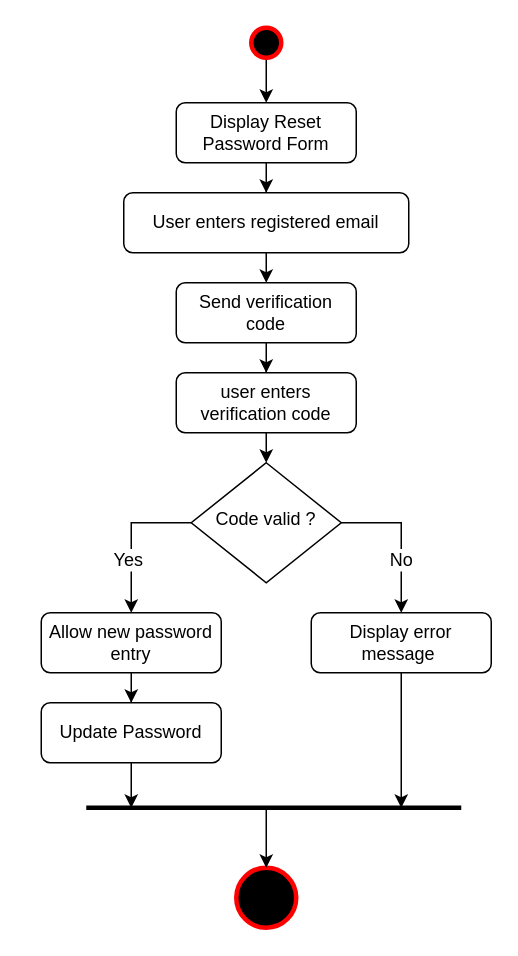
Above: page "Reset Password" (4 of 15) of Activity Diagram.drawio in shamim36/Final-Defence-Diagram (draw.io), before the change. Source tidied: cells renumbered, new cells numbered last; positions are measured from the earlier drawing's top-left corner, leaving out a move shared by most shapes. Both pictures are drawn from the tidied source at 150%, with x=0, y=0 at pixel (40, 27).
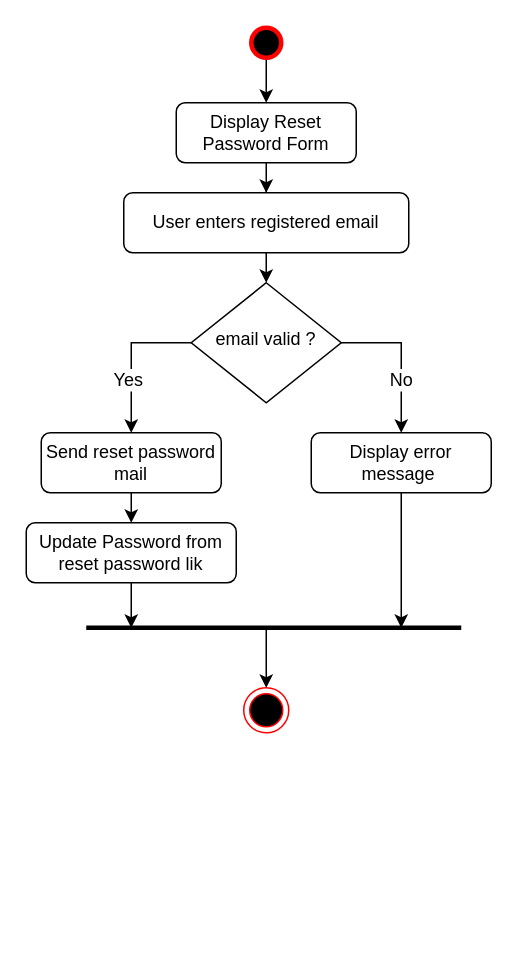
After the change.

Unchanged cells that the change refers to:
```xml
<mxCell id="10" value="User enters registered email" style="rounded=1;whiteSpace=wrap;html=1;fontSize=12;glass=0;strokeWidth=1;shadow=0;" parent="1" vertex="1">
  <mxGeometry x="55" y="110" width="190" height="40" as="geometry" />
</mxCell>
```

The edit, as a diff of the source:
```diff
@@
-    <mxCell id="8" value="Code valid ?" style="rhombus;whiteSpace=wrap;html=1;shadow=0;fontFamily=Helvetica;fontSize=12;align=center;strokeWidth=1;spacing=6;spacingTop=-4;" parent="1" vertex="1">
-      <mxGeometry x="100" y="290" width="100" height="80" as="geometry" />
+    <mxCell id="8" value="email valid ?" style="rhombus;whiteSpace=wrap;html=1;shadow=0;fontFamily=Helvetica;fontSize=12;align=center;strokeWidth=1;spacing=6;spacingTop=-4;" parent="1" vertex="1">
+      <mxGeometry x="100" y="170" width="100" height="80" as="geometry" />
     </mxCell>
-    <mxCell id="9" style="edgeStyle=orthogonalEdgeStyle;rounded=0;jettySize=auto;html=1;exitX=0.5;exitY=1;exitDx=0;exitDy=0;entryX=0.5;entryY=0;entryDx=0;entryDy=0;fontFamily=Helvetica;fontSize=12;fontColor=default;" parent="1" edge="1" source="10" target="12">
-      <mxGeometry relative="1" as="geometry" />
+    <mxCell id="9" style="edgeStyle=orthogonalEdgeStyle;rounded=0;jettySize=auto;html=1;exitX=0.5;exitY=1;exitDx=0;exitDy=0;entryX=0.5;entryY=0;entryDx=0;entryDy=0;fontFamily=Helvetica;fontSize=12;fontColor=default;" parent="1" edge="1" source="10">
+      <mxGeometry relative="1" as="geometry">
+        <mxPoint x="150" y="170" as="targetPoint" />
+      </mxGeometry>
     </mxCell>
@@
-    <mxCell id="11" style="edgeStyle=orthogonalEdgeStyle;rounded=0;jettySize=auto;html=1;exitX=0.5;exitY=1;exitDx=0;exitDy=0;fontFamily=Helvetica;fontSize=12;fontColor=default;" parent="1" edge="1" source="12" target="18">
-      <mxGeometry relative="1" as="geometry" />
-    </mxCell>
-    <mxCell id="12" value="Send verification code" style="rounded=1;whiteSpace=wrap;html=1;fontSize=12;glass=0;strokeWidth=1;shadow=0;" parent="1" vertex="1">
-      <mxGeometry x="90" y="170" width="120" height="40" as="geometry" />
-    </mxCell>
     <mxCell id="13" style="endArrow=none;html=1;rounded=0;strokeWidth=3;" parent="1" edge="1">
       <mxGeometry relative="1" as="geometry">
-        <mxPoint x="30" y="520" as="sourcePoint" />
-        <mxPoint x="280" y="520" as="targetPoint" />
+        <mxPoint x="30" y="400" as="sourcePoint" />
+        <mxPoint x="280" y="400" as="targetPoint" />
       </mxGeometry>
     </mxCell>
-    <mxCell id="14" style="strokeWidth=3;html=1;shape=mxgraph.flowchart.start_2;whiteSpace=wrap;sketch=0;fillStyle=solid;strokeColor=light-dark(#FF0000,#EDEDED);align=center;verticalAlign=middle;fontFamily=Helvetica;fontSize=12;fontColor=default;fillColor=#000000;" parent="1" vertex="1">
-      <mxGeometry x="130" y="560" width="40" height="40" as="geometry" />
-    </mxCell>
@@
-    <mxCell id="17" style="edgeStyle=orthogonalEdgeStyle;rounded=0;jettySize=auto;html=1;exitX=0.5;exitY=1;exitDx=0;exitDy=0;entryX=0.5;entryY=0;entryDx=0;entryDy=0;fontFamily=Helvetica;fontSize=12;fontColor=default;" parent="1" edge="1" source="18" target="8">
-      <mxGeometry relative="1" as="geometry" />
-    </mxCell>
-    <mxCell id="18" value="user enters verification code" style="rounded=1;whiteSpace=wrap;html=1;fontSize=12;glass=0;strokeWidth=1;shadow=0;" parent="1" vertex="1">
-      <mxGeometry x="90" y="230" width="120" height="40" as="geometry" />
-    </mxCell>
     <mxCell id="19" style="edgeStyle=orthogonalEdgeStyle;rounded=0;jettySize=auto;html=1;exitX=0.5;exitY=1;exitDx=0;exitDy=0;fontFamily=Helvetica;fontSize=12;fontColor=default;" parent="1" edge="1" source="20">
       <mxGeometry relative="1" as="geometry">
-        <mxPoint x="240" y="520" as="targetPoint" />
+        <mxPoint x="240" y="400" as="targetPoint" />
       </mxGeometry>
     </mxCell>
     <mxCell id="20" value="Display error message&amp;nbsp;" style="rounded=1;whiteSpace=wrap;html=1;fontSize=12;glass=0;strokeWidth=1;shadow=0;" parent="1" vertex="1">
-      <mxGeometry x="180" y="390" width="120" height="40" as="geometry" />
+      <mxGeometry x="180" y="270" width="120" height="40" as="geometry" />
     </mxCell>
-    <mxCell id="21" style="edgeStyle=orthogonalEdgeStyle;rounded=0;jettySize=auto;html=1;exitX=0.5;exitY=1;exitDx=0;exitDy=0;fontFamily=Helvetica;fontSize=12;fontColor=default;" parent="1" edge="1" source="22" target="24">
+    <mxCell id="21" style="edgeStyle=orthogonalEdgeStyle;rounded=0;jettySize=auto;html=1;exitX=0.5;exitY=1;exitDx=0;exitDy=0;entryX=0.5;entryY=0;entryDx=0;entryDy=0;" parent="1" edge="1" source="22" target="24">
       <mxGeometry relative="1" as="geometry" />
     </mxCell>
-    <mxCell id="22" value="Allow new password entry" style="rounded=1;whiteSpace=wrap;html=1;fontSize=12;glass=0;strokeWidth=1;shadow=0;" parent="1" vertex="1">
-      <mxGeometry y="390" width="120" height="40" as="geometry" />
+    <mxCell id="22" value="Send reset password mail" style="rounded=1;whiteSpace=wrap;html=1;fontSize=12;glass=0;strokeWidth=1;shadow=0;" parent="1" vertex="1">
+      <mxGeometry y="270" width="120" height="40" as="geometry" />
     </mxCell>
     <mxCell id="23" style="edgeStyle=orthogonalEdgeStyle;rounded=0;jettySize=auto;html=1;exitX=0.5;exitY=1;exitDx=0;exitDy=0;fontFamily=Helvetica;fontSize=12;fontColor=default;" parent="1" edge="1" source="24">
       <mxGeometry relative="1" as="geometry">
-        <mxPoint x="60" y="520" as="targetPoint" />
+        <mxPoint x="60" y="400" as="targetPoint" />
       </mxGeometry>
     </mxCell>
-    <mxCell id="24" value="Update Password" style="rounded=1;whiteSpace=wrap;html=1;fontSize=12;glass=0;strokeWidth=1;shadow=0;" parent="1" vertex="1">
-      <mxGeometry y="450" width="120" height="40" as="geometry" />
+    <mxCell id="24" value="Update Password from reset password lik" style="rounded=1;whiteSpace=wrap;html=1;fontSize=12;glass=0;strokeWidth=1;shadow=0;" parent="1" vertex="1">
+      <mxGeometry x="-10" y="330" width="140" height="40" as="geometry" />
     </mxCell>
-    <mxCell id="25" style="endArrow=classic;html=1;rounded=0;fontFamily=Helvetica;fontSize=12;fontColor=default;entryX=0.5;entryY=0;entryDx=0;entryDy=0;entryPerimeter=0;" parent="1" edge="1" target="14">
+    <mxCell id="25" style="endArrow=classic;html=1;rounded=0;fontFamily=Helvetica;fontSize=12;fontColor=default;entryX=0.5;entryY=0;entryDx=0;entryDy=0;entryPerimeter=0;" parent="1" edge="1">
       <mxGeometry relative="1" as="geometry">
-        <mxPoint x="150" y="520" as="sourcePoint" />
+        <mxPoint x="150" y="400" as="sourcePoint" />
+        <mxPoint x="150" y="440" as="targetPoint" />
       </mxGeometry>
     </mxCell>
+    <mxCell id="26" style="ellipse;html=1;shape=endState;fillColor=#000000;strokeColor=#ff0000;" parent="1" vertex="1">
+      <mxGeometry x="135" y="440" width="30" height="30" as="geometry" />
+    </mxCell>
```
